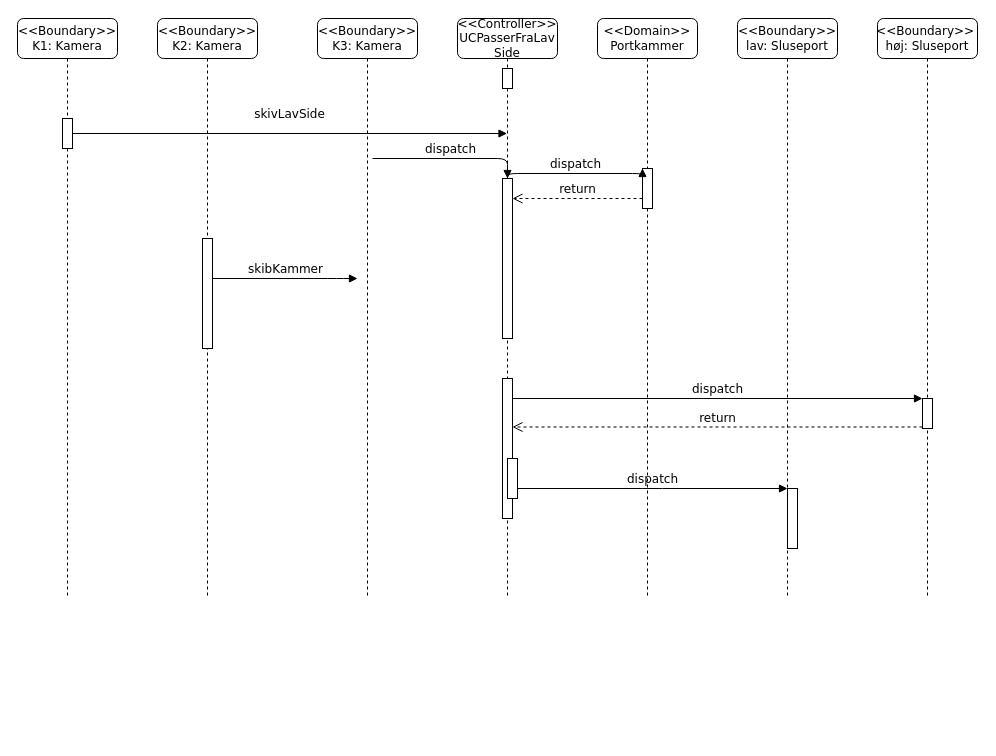
Before: Unavngivet diagram.drawio in Laurapav1/GitLecture, a draw.io diagram. Source tidied: cells renumbered, new cells numbered last; positions are measured from the earlier drawing's top-left corner, leaving out a move shared by most shapes. Both pictures are drawn from the tidied source at 100%, with x=0, y=0 at pixel (17, 18).
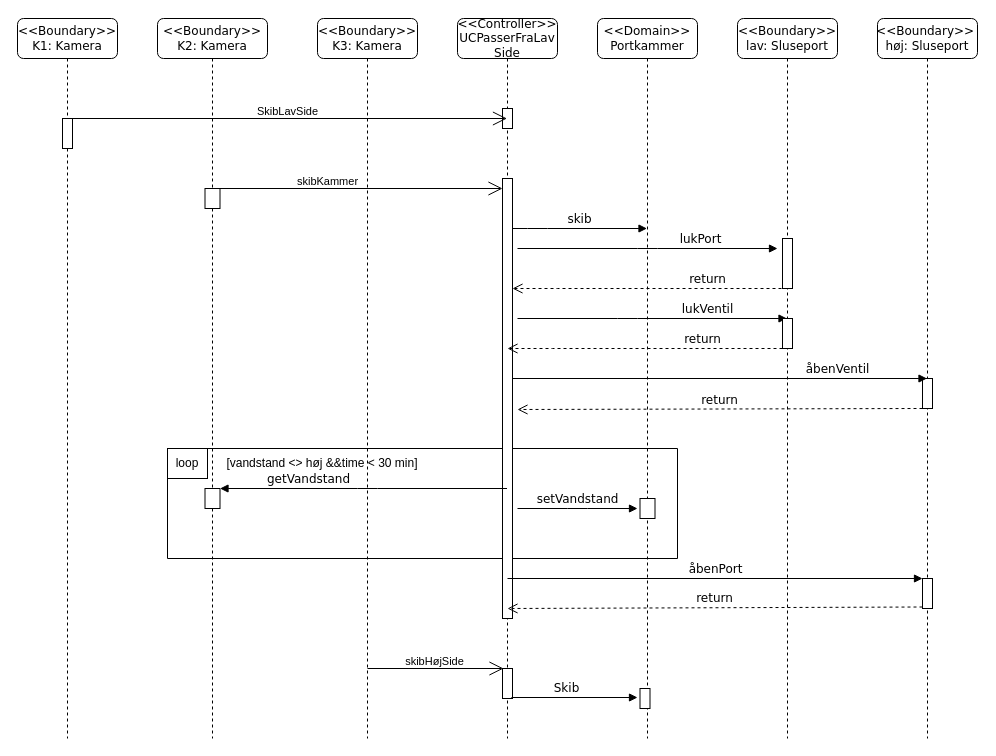
After the change.

Commit message:
Aflevering C - sluse

The change refers to these unchanged cells:
```xml
<mxCell id="11" style="html=1;points=[];perimeter=orthogonalPerimeter;rounded=0;shadow=0;comic=0;labelBackgroundColor=none;strokeWidth=1;fontFamily=Verdana;fontSize=12;align=center;" parent="10" vertex="1">
  <mxGeometry x="45" y="100" width="10" height="30" as="geometry" />
</mxCell>
```

The edit, as a diff of the source:
```diff
@@
     <mxCell id="2" value="&amp;lt;&amp;lt;Boundary&amp;gt;&amp;gt;&lt;br style=&quot;border-color: var(--border-color);&quot;&gt;K2: Kamera" style="shape=umlLifeline;perimeter=lifelinePerimeter;whiteSpace=wrap;html=1;rounded=1;shadow=0;comic=0;labelBackgroundColor=none;strokeWidth=1;fontFamily=Verdana;fontSize=12;align=center;" parent="1" vertex="1">
-      <mxGeometry x="140" width="100" height="580" as="geometry" />
+      <mxGeometry x="140" width="110" height="720" as="geometry" />
     </mxCell>
     <mxCell id="3" style="html=1;points=[];perimeter=orthogonalPerimeter;rounded=0;shadow=0;comic=0;labelBackgroundColor=none;strokeWidth=1;fontFamily=Verdana;fontSize=12;align=center;" parent="2" vertex="1">
-      <mxGeometry x="45" y="220" width="10" height="110" as="geometry" />
+      <mxGeometry x="47.5" y="170" width="15" height="20" as="geometry" />
     </mxCell>
+    <mxCell id="26" value="loop" style="rounded=0;whiteSpace=wrap;html=1;" parent="2" vertex="1">
+      <mxGeometry x="10" y="430" width="40" height="30" as="geometry" />
+    </mxCell>
+    <mxCell id="27" style="html=1;points=[];perimeter=orthogonalPerimeter;rounded=0;shadow=0;comic=0;labelBackgroundColor=none;strokeWidth=1;fontFamily=Verdana;fontSize=12;align=center;" parent="2" vertex="1">
+      <mxGeometry x="47.5" y="470" width="15" height="20" as="geometry" />
+    </mxCell>
     <mxCell id="4" value="&amp;lt;&amp;lt;Boundary&amp;gt;&amp;gt;&lt;br style=&quot;border-color: var(--border-color);&quot;&gt;K3: Kamera" style="shape=umlLifeline;perimeter=lifelinePerimeter;whiteSpace=wrap;html=1;rounded=1;shadow=0;comic=0;labelBackgroundColor=none;strokeWidth=1;fontFamily=Verdana;fontSize=12;align=center;" parent="1" vertex="1">
-      <mxGeometry x="300" width="100" height="580" as="geometry" />
+      <mxGeometry x="300" width="100" height="720" as="geometry" />
     </mxCell>
+    <mxCell id="28" style="endArrow=none;html=1;rounded=0;" parent="4" edge="1">
+      <mxGeometry relative="1" as="geometry">
+        <mxPoint x="-150" y="540" as="sourcePoint" />
+        <mxPoint x="360" y="540" as="targetPoint" />
+      </mxGeometry>
+    </mxCell>
+    <mxCell id="24" value="skibKammer" style="edgeStyle=none;html=1;endArrow=open;endSize=12;verticalAlign=top;labelBackgroundColor=none;rounded=0;" parent="4" edge="1">
+      <mxGeometry x="-0.23" y="20" relative="1" as="geometry">
+        <mxPoint x="-100" y="170" as="sourcePoint" />
+        <mxPoint x="185" y="170" as="targetPoint" />
+      </mxGeometry>
+    </mxCell>
     <mxCell id="5" value="&amp;lt;&amp;lt;Controller&amp;gt;&amp;gt;&lt;br&gt;UCPasserFraLav&lt;br&gt;Side" style="shape=umlLifeline;perimeter=lifelinePerimeter;whiteSpace=wrap;html=1;outlineConnect=0;rounded=1;shadow=0;comic=0;labelBackgroundColor=none;strokeWidth=1;fontFamily=Verdana;fontSize=12;align=center;" parent="1" vertex="1">
-      <mxGeometry x="440" width="100" height="580" as="geometry" />
+      <mxGeometry x="440" width="100" height="720" as="geometry" />
     </mxCell>
     <mxCell id="6" style="html=1;perimeter=orthogonalPerimeter;rounded=0;shadow=0;comic=0;labelBackgroundColor=none;strokeWidth=1;fontFamily=Verdana;fontSize=12;align=center;" parent="5" vertex="1">
-      <mxGeometry x="45" y="50" width="10" height="20" as="geometry" />
+      <mxGeometry x="45" y="90" width="10" height="20" as="geometry" />
     </mxCell>
+    <mxCell id="29" style="endArrow=none;html=1;rounded=0;" parent="5" edge="1">
+      <mxGeometry relative="1" as="geometry">
+        <mxPoint x="-290" y="430" as="sourcePoint" />
+        <mxPoint x="220" y="430" as="targetPoint" />
+      </mxGeometry>
+    </mxCell>
+    <mxCell id="12" style="html=1;points=[];perimeter=orthogonalPerimeter;rounded=0;shadow=0;comic=0;labelBackgroundColor=none;strokeWidth=1;fontFamily=Verdana;fontSize=12;align=center;" parent="5" vertex="1">
+      <mxGeometry x="45" y="160" width="10" height="440" as="geometry" />
+    </mxCell>
+    <mxCell id="30" style="html=1;points=[];perimeter=orthogonalPerimeter;rounded=0;shadow=0;comic=0;labelBackgroundColor=none;strokeWidth=1;fontFamily=Verdana;fontSize=12;align=center;" parent="5" vertex="1">
+      <mxGeometry x="45" y="650" width="10" height="30" as="geometry" />
+    </mxCell>
     <mxCell id="7" value="&amp;lt;&amp;lt;Domain&amp;gt;&amp;gt;&lt;br&gt;Portkammer" style="shape=umlLifeline;perimeter=lifelinePerimeter;whiteSpace=wrap;html=1;outlineConnect=0;rounded=1;shadow=0;comic=0;labelBackgroundColor=none;strokeWidth=1;fontFamily=Verdana;fontSize=12;align=center;" parent="1" vertex="1">
-      <mxGeometry x="580" width="100" height="580" as="geometry" />
+      <mxGeometry x="580" width="100" height="720" as="geometry" />
     </mxCell>
+    <mxCell id="31" value="lukPort" style="html=1;verticalAlign=bottom;endArrow=block;labelBackgroundColor=none;fontFamily=Verdana;fontSize=12;edgeStyle=elbowEdgeStyle;elbow=vertical;" parent="7" edge="1">
+      <mxGeometry x="0.41" relative="1" as="geometry">
+        <mxPoint x="-80" y="230" as="sourcePoint" />
+        <mxPoint x="180" y="230" as="targetPoint" />
+      </mxGeometry>
+    </mxCell>
+    <mxCell id="32" value="lukVentil" style="html=1;verticalAlign=bottom;endArrow=block;labelBackgroundColor=none;fontFamily=Verdana;fontSize=12;edgeStyle=elbowEdgeStyle;elbow=vertical;" parent="7" edge="1" target="8">
+      <mxGeometry x="0.41" relative="1" as="geometry">
+        <mxPoint x="-80" y="300" as="sourcePoint" />
+      </mxGeometry>
+    </mxCell>
+    <mxCell id="33" style="html=1;perimeter=orthogonalPerimeter;rounded=0;shadow=0;comic=0;labelBackgroundColor=none;strokeWidth=1;fontFamily=Verdana;fontSize=12;align=center;" parent="7" vertex="1">
+      <mxGeometry x="42.5" y="480" width="15" height="20" as="geometry" />
+    </mxCell>
+    <mxCell id="34" style="endArrow=none;html=1;rounded=0;" parent="7" edge="1">
+      <mxGeometry relative="1" as="geometry">
+        <mxPoint x="80" y="540" as="sourcePoint" />
+        <mxPoint x="80" y="430" as="targetPoint" />
+      </mxGeometry>
+    </mxCell>
+    <mxCell id="35" style="html=1;perimeter=orthogonalPerimeter;rounded=0;shadow=0;comic=0;labelBackgroundColor=none;strokeWidth=1;fontFamily=Verdana;fontSize=12;align=center;" parent="7" vertex="1">
+      <mxGeometry x="42.5" y="670" width="10" height="20" as="geometry" />
+    </mxCell>
     <mxCell id="8" value="&amp;lt;&amp;lt;Boundary&amp;gt;&amp;gt;&lt;br&gt;lav: Sluseport" style="shape=umlLifeline;perimeter=lifelinePerimeter;whiteSpace=wrap;html=1;outlineConnect=0;rounded=1;shadow=0;comic=0;labelBackgroundColor=none;strokeWidth=1;fontFamily=Verdana;fontSize=12;align=center;" parent="1" vertex="1">
-      <mxGeometry x="720" width="100" height="580" as="geometry" />
+      <mxGeometry x="720" width="100" height="720" as="geometry" />
     </mxCell>
+    <mxCell id="36" style="html=1;perimeter=orthogonalPerimeter;rounded=0;shadow=0;comic=0;labelBackgroundColor=none;strokeWidth=1;fontFamily=Verdana;fontSize=12;align=center;" parent="8" vertex="1">
+      <mxGeometry x="45" y="220" width="10" height="50" as="geometry" />
+    </mxCell>
+    <mxCell id="25" style="html=1;points=[];perimeter=orthogonalPerimeter;rounded=0;shadow=0;comic=0;labelBackgroundColor=none;strokeWidth=1;fontFamily=Verdana;fontSize=12;align=center;" parent="8" vertex="1">
+      <mxGeometry x="45" y="300" width="10" height="30" as="geometry" />
+    </mxCell>
+    <mxCell id="37" value="return" style="html=1;verticalAlign=bottom;endArrow=open;dashed=1;endSize=8;labelBackgroundColor=none;fontFamily=Verdana;fontSize=12;edgeStyle=elbowEdgeStyle;elbow=vertical;" parent="8" edge="1">
+      <mxGeometry x="-0.42" relative="1" as="geometry">
+        <mxPoint x="45" y="330" as="sourcePoint" />
+        <mxPoint x="-230" y="330" as="targetPoint" />
+        <Array as="points">
+          <mxPoint x="-175" y="330" />
+          <mxPoint x="-145" y="320" />
+          <mxPoint x="-155" y="370" />
+          <mxPoint x="-195" y="320" />
+          <mxPoint x="-155" y="240" />
+          <mxPoint x="-125" y="240" />
+        </Array>
+      </mxGeometry>
+    </mxCell>
+    <mxCell id="38" value="return" style="html=1;verticalAlign=bottom;endArrow=open;dashed=1;endSize=8;exitX=0;exitY=0.95;labelBackgroundColor=none;fontFamily=Verdana;fontSize=12;" parent="8" edge="1">
+      <mxGeometry relative="1" as="geometry">
+        <mxPoint x="185" y="390" as="sourcePoint" />
+        <mxPoint x="-220" y="391" as="targetPoint" />
+      </mxGeometry>
+    </mxCell>
     <mxCell id="9" value="&amp;lt;&amp;lt;Boundary&amp;gt;&amp;gt;&amp;nbsp;&lt;br&gt;høj: Sluseport" style="shape=umlLifeline;perimeter=lifelinePerimeter;whiteSpace=wrap;html=1;outlineConnect=0;rounded=1;shadow=0;comic=0;labelBackgroundColor=none;strokeWidth=1;fontFamily=Verdana;fontSize=12;align=center;" parent="1" vertex="1">
-      <mxGeometry x="860" width="100" height="580" as="geometry" />
+      <mxGeometry x="860" width="100" height="720" as="geometry" />
     </mxCell>
+    <mxCell id="18" style="html=1;points=[];perimeter=orthogonalPerimeter;rounded=0;shadow=0;comic=0;labelBackgroundColor=none;strokeColor=#000000;strokeWidth=1;fillColor=#FFFFFF;fontFamily=Verdana;fontSize=12;fontColor=#000000;align=center;" parent="9" vertex="1">
+      <mxGeometry x="45" y="560" width="10" height="30" as="geometry" />
+    </mxCell>
+    <mxCell id="39" style="html=1;perimeter=orthogonalPerimeter;rounded=0;shadow=0;comic=0;labelBackgroundColor=none;strokeColor=#000000;strokeWidth=1;fillColor=#FFFFFF;fontFamily=Verdana;fontSize=12;fontColor=#000000;align=center;" parent="9" vertex="1">
+      <mxGeometry x="45" y="360" width="10" height="30" as="geometry" />
+    </mxCell>
     <mxCell id="10" value="&amp;lt;&amp;lt;Boundary&amp;gt;&amp;gt;&lt;br&gt;K1: Kamera" style="shape=umlLifeline;perimeter=lifelinePerimeter;whiteSpace=wrap;html=1;rounded=1;shadow=0;comic=0;labelBackgroundColor=none;strokeWidth=1;fontFamily=Verdana;fontSize=12;align=center;" parent="1" vertex="1">
-      <mxGeometry width="100" height="580" as="geometry" />
+      <mxGeometry width="100" height="720" as="geometry" />
     </mxCell>
@@
-    <mxCell id="12" style="html=1;points=[];perimeter=orthogonalPerimeter;rounded=0;shadow=0;comic=0;labelBackgroundColor=none;strokeWidth=1;fontFamily=Verdana;fontSize=12;align=center;" parent="1" vertex="1">
-      <mxGeometry x="485" y="160" width="10" height="160" as="geometry" />
-    </mxCell>
-    <mxCell id="13" value="dispatch" style="html=1;verticalAlign=bottom;endArrow=block;labelBackgroundColor=none;fontFamily=Verdana;fontSize=12;edgeStyle=elbowEdgeStyle;elbow=vertical;" parent="1" edge="1" target="12">
-      <mxGeometry relative="1" as="geometry">
-        <mxPoint x="355" y="140" as="sourcePoint" />
-        <Array as="points">
-          <mxPoint x="360" y="140" />
-        </Array>
-      </mxGeometry>
-    </mxCell>
-    <mxCell id="14" style="html=1;points=[];perimeter=orthogonalPerimeter;rounded=0;shadow=0;comic=0;labelBackgroundColor=none;strokeWidth=1;fontFamily=Verdana;fontSize=12;align=center;" parent="1" vertex="1">
-      <mxGeometry x="625" y="150" width="10" height="40" as="geometry" />
-    </mxCell>
+    <mxCell id="40" value="SkibLavSide" style="edgeStyle=none;html=1;endArrow=open;endSize=12;verticalAlign=top;labelBackgroundColor=none;rounded=0;" parent="10" edge="1" target="5">
+      <mxGeometry x="-0.01" y="20" relative="1" as="geometry">
+        <mxPoint x="55" y="100" as="sourcePoint" />
+      </mxGeometry>
+    </mxCell>
-    <mxCell id="15" value="dispatch" style="html=1;verticalAlign=bottom;endArrow=block;entryX=0;entryY=0;labelBackgroundColor=none;fontFamily=Verdana;fontSize=12;edgeStyle=elbowEdgeStyle;elbow=vertical;" parent="1" edge="1" source="12" target="14">
-      <mxGeometry relative="1" as="geometry" />
+    <mxCell id="15" value="skib" style="html=1;verticalAlign=bottom;endArrow=block;labelBackgroundColor=none;fontFamily=Verdana;fontSize=12;edgeStyle=elbowEdgeStyle;elbow=vertical;" parent="1" edge="1" source="12" target="7">
+      <mxGeometry relative="1" as="geometry">
+        <Array as="points">
+          <mxPoint x="520" y="210" />
+        </Array>
+      </mxGeometry>
     </mxCell>
-    <mxCell id="16" value="return" style="html=1;verticalAlign=bottom;endArrow=open;dashed=1;endSize=8;labelBackgroundColor=none;fontFamily=Verdana;fontSize=12;edgeStyle=elbowEdgeStyle;elbow=vertical;" parent="1" edge="1" source="14" target="12">
-      <mxGeometry relative="1" as="geometry">
+    <mxCell id="16" value="return" style="html=1;verticalAlign=bottom;endArrow=open;dashed=1;endSize=8;labelBackgroundColor=none;fontFamily=Verdana;fontSize=12;edgeStyle=elbowEdgeStyle;elbow=vertical;" parent="1" edge="1" target="12">
+      <mxGeometry x="-0.42" relative="1" as="geometry">
+        <mxPoint x="770" y="270" as="sourcePoint" />
         <Array as="points">
+          <mxPoint x="550" y="270" />
+          <mxPoint x="580" y="260" />
+          <mxPoint x="570" y="310" />
+          <mxPoint x="530" y="260" />
           <mxPoint x="570" y="180" />
           <mxPoint x="600" y="180" />
         </Array>
       </mxGeometry>
     </mxCell>
-    <mxCell id="17" style="html=1;points=[];perimeter=orthogonalPerimeter;rounded=0;shadow=0;comic=0;labelBackgroundColor=none;strokeWidth=1;fontFamily=Verdana;fontSize=12;align=center;" parent="1" vertex="1">
-      <mxGeometry x="485" y="360" width="10" height="140" as="geometry" />
-    </mxCell>
-    <mxCell id="18" style="html=1;points=[];perimeter=orthogonalPerimeter;rounded=0;shadow=0;comic=0;labelBackgroundColor=none;strokeColor=#000000;strokeWidth=1;fillColor=#FFFFFF;fontFamily=Verdana;fontSize=12;fontColor=#000000;align=center;" parent="1" vertex="1">
-      <mxGeometry x="905" y="380" width="10" height="30" as="geometry" />
-    </mxCell>
-    <mxCell id="19" value="dispatch" style="html=1;verticalAlign=bottom;endArrow=block;entryX=0;entryY=0;labelBackgroundColor=none;fontFamily=Verdana;fontSize=12;" parent="1" edge="1" source="17" target="18">
-      <mxGeometry relative="1" as="geometry" />
+    <mxCell id="19" value="åbenPort" style="html=1;verticalAlign=bottom;endArrow=block;entryX=0;entryY=0;labelBackgroundColor=none;fontFamily=Verdana;fontSize=12;" parent="1" edge="1" target="18">
+      <mxGeometry relative="1" as="geometry">
+        <mxPoint x="490" y="560" as="sourcePoint" />
+      </mxGeometry>
     </mxCell>
-    <mxCell id="20" value="return" style="html=1;verticalAlign=bottom;endArrow=open;dashed=1;endSize=8;exitX=0;exitY=0.95;labelBackgroundColor=none;fontFamily=Verdana;fontSize=12;" parent="1" edge="1" source="18" target="17">
-      <mxGeometry relative="1" as="geometry" />
+    <mxCell id="20" value="return" style="html=1;verticalAlign=bottom;endArrow=open;dashed=1;endSize=8;exitX=0;exitY=0.95;labelBackgroundColor=none;fontFamily=Verdana;fontSize=12;" parent="1" edge="1" source="18">
+      <mxGeometry relative="1" as="geometry">
+        <mxPoint x="490" y="590" as="targetPoint" />
+      </mxGeometry>
     </mxCell>
-    <mxCell id="21" style="html=1;points=[];perimeter=orthogonalPerimeter;rounded=0;shadow=0;comic=0;labelBackgroundColor=none;strokeWidth=1;fontFamily=Verdana;fontSize=12;align=center;" parent="1" vertex="1">
-      <mxGeometry x="770" y="470" width="10" height="60" as="geometry" />
-    </mxCell>
-    <mxCell id="22" value="dispatch" style="html=1;verticalAlign=bottom;endArrow=block;entryX=0;entryY=0;labelBackgroundColor=none;fontFamily=Verdana;fontSize=12;edgeStyle=elbowEdgeStyle;elbow=vertical;" parent="1" edge="1" source="25" target="21">
-      <mxGeometry relative="1" as="geometry" />
-    </mxCell>
-    <mxCell id="23" value="skivLavSide" style="html=1;verticalAlign=bottom;endArrow=block;labelBackgroundColor=none;fontFamily=Verdana;fontSize=12;edgeStyle=elbowEdgeStyle;elbow=vertical;" parent="1" edge="1" source="11" target="5">
-      <mxGeometry y="10" relative="1" as="geometry" />
-    </mxCell>
-    <mxCell id="24" value="skibKammer" style="html=1;verticalAlign=bottom;endArrow=block;labelBackgroundColor=none;fontFamily=Verdana;fontSize=12;edgeStyle=elbowEdgeStyle;elbow=vertical;" parent="1" edge="1" source="3">
-      <mxGeometry relative="1" as="geometry">
-        <mxPoint x="340" y="260" as="targetPoint" />
-        <Array as="points">
-          <mxPoint x="320" y="260" />
-        </Array>
-      </mxGeometry>
-    </mxCell>
-    <mxCell id="25" style="html=1;points=[];perimeter=orthogonalPerimeter;rounded=0;shadow=0;comic=0;labelBackgroundColor=none;strokeWidth=1;fontFamily=Verdana;fontSize=12;align=center;" parent="1" vertex="1">
-      <mxGeometry x="490" y="440" width="10" height="40" as="geometry" />
-    </mxCell>
+    <mxCell id="41" value="åbenVentil" style="html=1;verticalAlign=bottom;endArrow=block;labelBackgroundColor=none;fontFamily=Verdana;fontSize=12;edgeStyle=elbowEdgeStyle;elbow=vertical;" parent="1" edge="1" target="9">
+      <mxGeometry x="0.57" relative="1" as="geometry">
+        <mxPoint x="495" y="360" as="sourcePoint" />
+      </mxGeometry>
+    </mxCell>
+    <mxCell id="42" style="endArrow=none;html=1;rounded=0;" parent="1" edge="1">
+      <mxGeometry relative="1" as="geometry">
+        <mxPoint x="150" y="540" as="sourcePoint" />
+        <mxPoint x="150" y="430" as="targetPoint" />
+      </mxGeometry>
+    </mxCell>
+    <mxCell id="43" value="getVandstand" style="html=1;verticalAlign=bottom;endArrow=block;labelBackgroundColor=none;fontFamily=Verdana;fontSize=12;edgeStyle=elbowEdgeStyle;elbow=vertical;" parent="1" edge="1" source="5" target="27">
+      <mxGeometry x="0.39" relative="1" as="geometry">
+        <Array as="points">
+          <mxPoint x="350" y="470" />
+        </Array>
+      </mxGeometry>
+    </mxCell>
+    <mxCell id="44" value="[vandstand &amp;lt;&amp;gt; høj &amp;amp;&amp;amp;time &amp;lt; 30 min]" style="text;html=1;strokeColor=none;fillColor=none;align=center;verticalAlign=middle;whiteSpace=wrap;rounded=0;" parent="1" vertex="1">
+      <mxGeometry x="190" y="430" width="230" height="30" as="geometry" />
+    </mxCell>
+    <mxCell id="45" value="setVandstand" style="html=1;verticalAlign=bottom;endArrow=block;labelBackgroundColor=none;fontFamily=Verdana;fontSize=12;edgeStyle=elbowEdgeStyle;elbow=vertical;" parent="1" edge="1">
+      <mxGeometry relative="1" as="geometry">
+        <mxPoint x="500" y="490" as="sourcePoint" />
+        <mxPoint x="620" y="490" as="targetPoint" />
+        <Array as="points">
+          <mxPoint x="560" y="490" />
+          <mxPoint x="530" y="500" />
+        </Array>
+      </mxGeometry>
+    </mxCell>
+    <mxCell id="46" value="Skib" style="html=1;verticalAlign=bottom;endArrow=block;labelBackgroundColor=none;fontFamily=Verdana;fontSize=12;edgeStyle=elbowEdgeStyle;elbow=vertical;" parent="1" edge="1">
+      <mxGeometry relative="1" as="geometry">
+        <mxPoint x="503" y="679" as="sourcePoint" />
+        <mxPoint x="620" y="679" as="targetPoint" />
+        <Array as="points">
+          <mxPoint x="490" y="679" />
+          <mxPoint x="450" y="759" />
+        </Array>
+      </mxGeometry>
+    </mxCell>
+    <mxCell id="47" value="skibHøjSide" style="edgeStyle=none;html=1;endArrow=open;endSize=12;verticalAlign=top;labelBackgroundColor=none;rounded=0;entryX=0.1;entryY=0;entryDx=0;entryDy=0;entryPerimeter=0;" parent="1" edge="1" target="30">
+      <mxGeometry x="-0.01" y="20" relative="1" as="geometry">
+        <mxPoint x="350" y="650" as="sourcePoint" />
+      </mxGeometry>
+    </mxCell>
```
